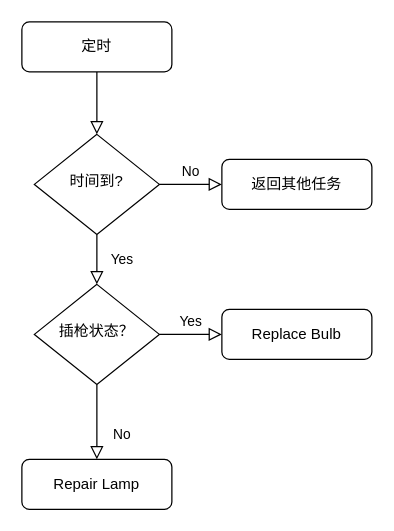
Earlier version of the draw.io diagram Untitled Diagram.drawio (fenglong2018/7KW). Source tidied: cells renumbered, new cells numbered last; positions are measured from the earlier drawing's top-left corner, leaving out a move shared by most shapes. Both pictures are drawn from the tidied source at 125%, with x=0, y=0 at pixel (21, 21).
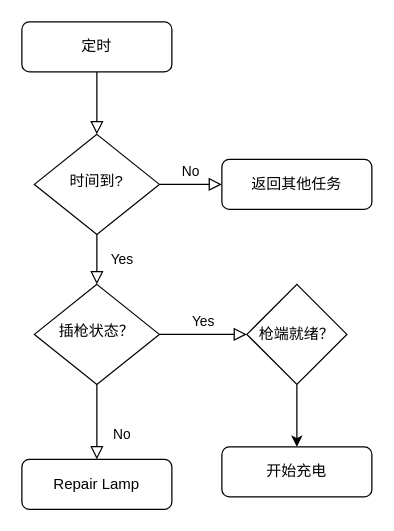
The same diagram, later.

Commit message:
7KW非国网标准有序充电流程图.drawio

What changed in the source:
```diff
@@
 <mxGraphModel>
   <root>
     <mxCell id="0" />
     <mxCell id="1" parent="0" />
     <mxCell id="2" style="rounded=0;html=1;jettySize=auto;fontSize=11;endArrow=block;endFill=0;endSize=8;strokeWidth=1;shadow=0;labelBackgroundColor=none;edgeStyle=orthogonalEdgeStyle;" parent="1" edge="1" source="3" target="6">
       <mxGeometry relative="1" as="geometry" />
     </mxCell>
     <mxCell id="3" value="定时" style="rounded=1;whiteSpace=wrap;html=1;fontSize=12;glass=0;strokeWidth=1;shadow=0;" parent="1" vertex="1">
       <mxGeometry width="120" height="40" as="geometry" />
     </mxCell>
     <mxCell id="4" value="Yes" style="rounded=0;html=1;jettySize=auto;fontSize=11;endArrow=block;endFill=0;endSize=8;strokeWidth=1;shadow=0;labelBackgroundColor=none;edgeStyle=orthogonalEdgeStyle;" parent="1" edge="1" source="6" target="10">
       <mxGeometry y="20" relative="1" as="geometry" />
     </mxCell>
     <mxCell id="5" value="No" style="edgeStyle=orthogonalEdgeStyle;rounded=0;html=1;jettySize=auto;fontSize=11;endArrow=block;endFill=0;endSize=8;strokeWidth=1;shadow=0;labelBackgroundColor=none;" parent="1" edge="1" source="6" target="7">
       <mxGeometry y="10" relative="1" as="geometry" />
     </mxCell>
     <mxCell id="6" value="时间到?" style="rhombus;whiteSpace=wrap;html=1;shadow=0;fontFamily=Helvetica;fontSize=12;align=center;strokeWidth=1;spacing=6;spacingTop=-4;" parent="1" vertex="1">
       <mxGeometry x="10" y="90" width="100" height="80" as="geometry" />
     </mxCell>
     <mxCell id="7" value="返回其他任务" style="rounded=1;whiteSpace=wrap;html=1;fontSize=12;glass=0;strokeWidth=1;shadow=0;" parent="1" vertex="1">
       <mxGeometry x="160" y="110" width="120" height="40" as="geometry" />
     </mxCell>
     <mxCell id="8" value="No" style="rounded=0;html=1;jettySize=auto;fontSize=11;endArrow=block;endFill=0;endSize=8;strokeWidth=1;shadow=0;labelBackgroundColor=none;edgeStyle=orthogonalEdgeStyle;" parent="1" edge="1" source="10" target="11">
       <mxGeometry x="0.33" y="20" relative="1" as="geometry" />
     </mxCell>
-    <mxCell id="9" value="Yes" style="edgeStyle=orthogonalEdgeStyle;rounded=0;html=1;jettySize=auto;fontSize=11;endArrow=block;endFill=0;endSize=8;strokeWidth=1;shadow=0;labelBackgroundColor=none;" parent="1" edge="1" source="10" target="12">
+    <mxCell id="9" value="Yes" style="edgeStyle=orthogonalEdgeStyle;rounded=0;html=1;jettySize=auto;fontSize=11;endArrow=block;endFill=0;endSize=8;strokeWidth=1;shadow=0;labelBackgroundColor=none;entryX=0;entryY=0.5;entryDx=0;entryDy=0;" parent="1" edge="1" source="10" target="14">
       <mxGeometry y="10" relative="1" as="geometry" />
     </mxCell>
     <mxCell id="10" value="插枪状态？" style="rhombus;whiteSpace=wrap;html=1;shadow=0;fontFamily=Helvetica;fontSize=12;align=center;strokeWidth=1;spacing=6;spacingTop=-4;" parent="1" vertex="1">
       <mxGeometry x="10" y="210" width="100" height="80" as="geometry" />
     </mxCell>
     <mxCell id="11" value="Repair Lamp" style="rounded=1;whiteSpace=wrap;html=1;fontSize=12;glass=0;strokeWidth=1;shadow=0;" parent="1" vertex="1">
       <mxGeometry y="350" width="120" height="40" as="geometry" />
     </mxCell>
-    <mxCell id="12" value="Replace Bulb" style="rounded=1;whiteSpace=wrap;html=1;fontSize=12;glass=0;strokeWidth=1;shadow=0;" parent="1" vertex="1">
-      <mxGeometry x="160" y="230" width="120" height="40" as="geometry" />
-    </mxCell>
+    <mxCell id="13" style="edgeStyle=orthogonalEdgeStyle;rounded=0;jettySize=auto;html=1;" parent="1" edge="1" source="14" target="15">
+      <mxGeometry relative="1" as="geometry" />
+    </mxCell>
+    <mxCell id="14" value="枪端就绪？" style="rhombus;whiteSpace=wrap;html=1;" parent="1" vertex="1">
+      <mxGeometry x="180" y="210" width="80" height="80" as="geometry" />
+    </mxCell>
+    <mxCell id="15" value="开始充电" style="rounded=1;whiteSpace=wrap;html=1;fontSize=12;glass=0;strokeWidth=1;shadow=0;" parent="1" vertex="1">
+      <mxGeometry x="160" y="340" width="120" height="40" as="geometry" />
+    </mxCell>
   </root>
 </mxGraphModel>
```
